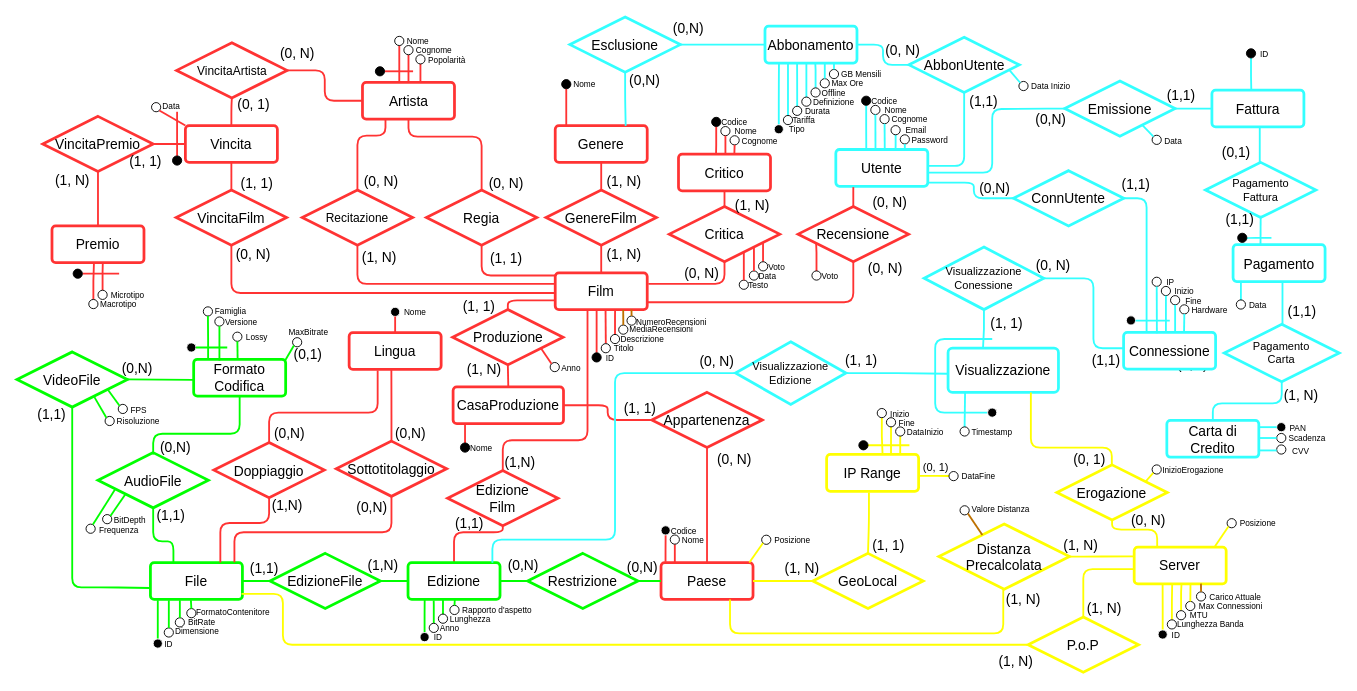
Richie314/FilmSphere keeps this draw.io diagram as page "ER - ristrutturato" (2 of 2) of ER.drawio. Above is the earlier version. Source tidied: cells renumbered, new cells numbered last; positions are measured from the earlier drawing's top-left corner, leaving out a move shared by most shapes. Both pictures are drawn from the tidied source at 92%, with x=0, y=0 at pixel (17, 17).
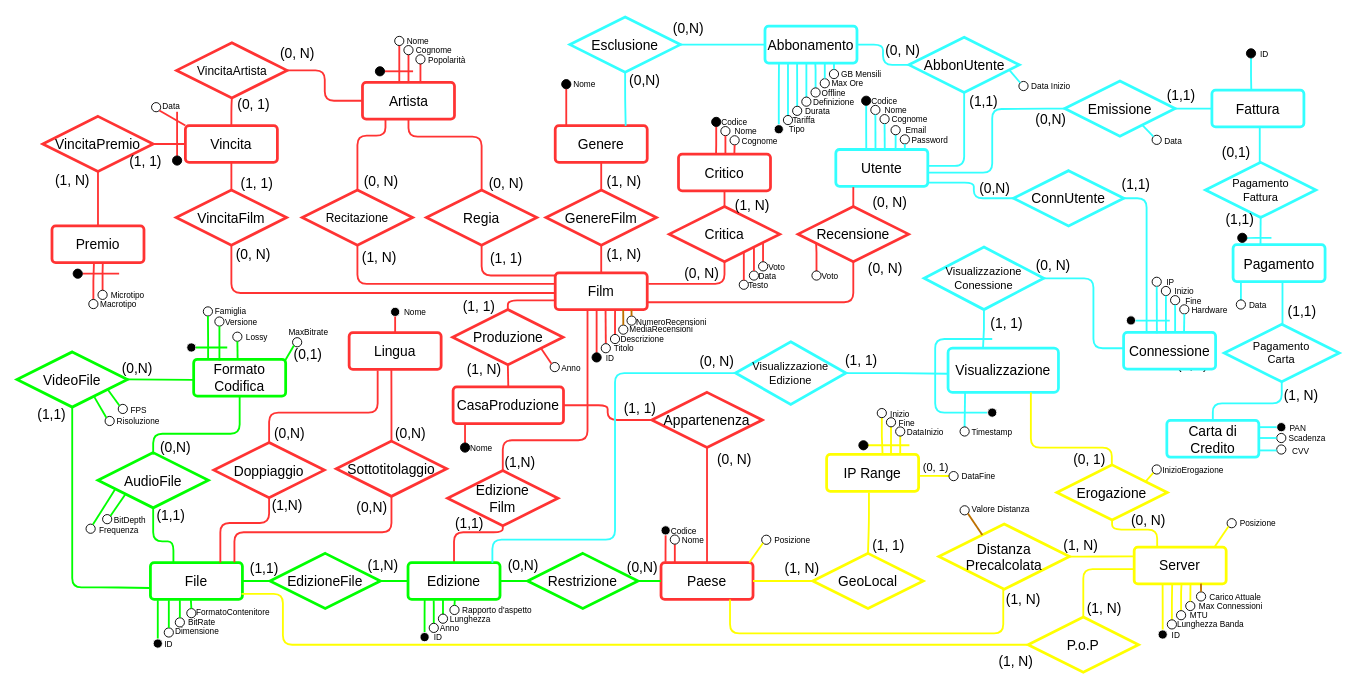
Above is the later version.

Commit message (it also covers changes not shown here):
Corretto typo

The edit, as a diff of the source:
```diff
@@
-    <mxCell id="260" value="&lt;font style=&quot;font-size: 15px;&quot;&gt;(1,1)&lt;/font&gt;" style="text;html=1;strokeColor=none;fillColor=none;align=center;verticalAlign=middle;whiteSpace=wrap;rounded=0;" parent="1" vertex="1">
-      <mxGeometry x="1160.8" y="364" width="46" height="17.5" as="geometry" />
-    </mxCell>
```
